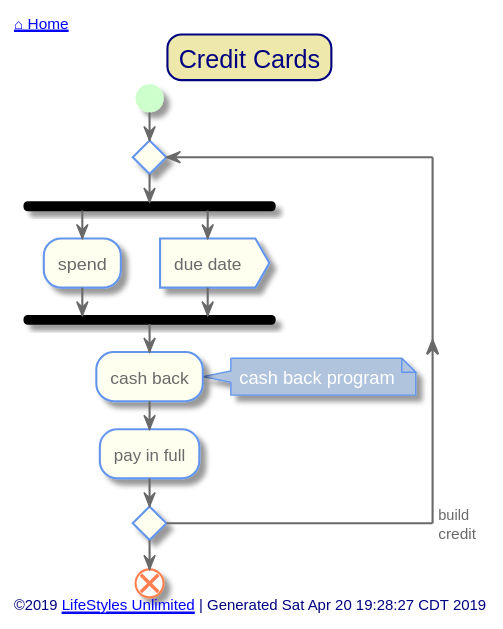
This is out/src/unlimited-lifestyle/credit-cards.svg from toddmo/lifestylesunlimited, a PlantUML export, as it was before one commit.
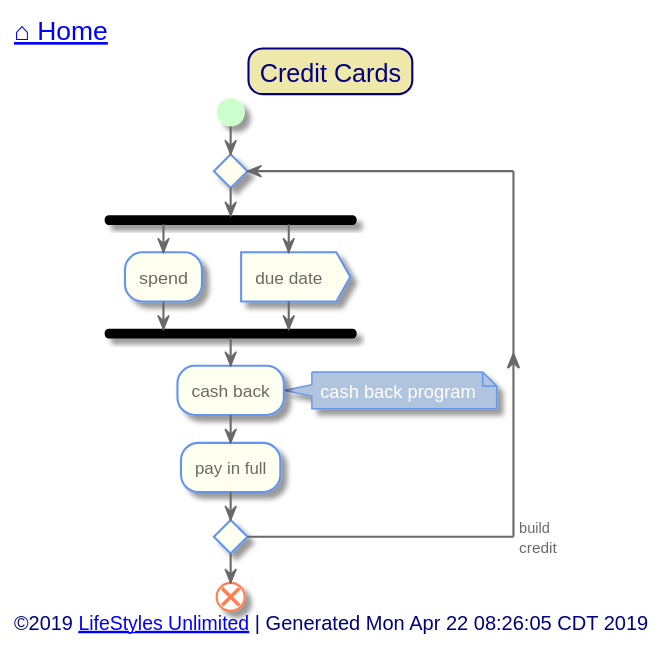
Above is the later version.

The edit, as a diff of the source:
```diff
@@ -73,7 +73,7 @@
 
 
 left header
-	<font color=Navy>[[../index.svg ⌂ Home]]</font>
+	<font color=Navy size=18>[[../index.svg ⌂ Home]]</font>
 endheader
 
 
@@ -97,7 +97,7 @@
 
 
 left footer
-	©2019 [[http://www.lifestylesunlimited.com LifeStyles Unlimited]] | Generated Sat Apr 20 19:28:27 CDT 2019
+	<font size=14>©2019 [[http://www.lifestylesunlimited.com LifeStyles Unlimited]] | Generated Mon Apr 22 08:26:05 CDT 2019</font>
 endfooter
 
 
```
